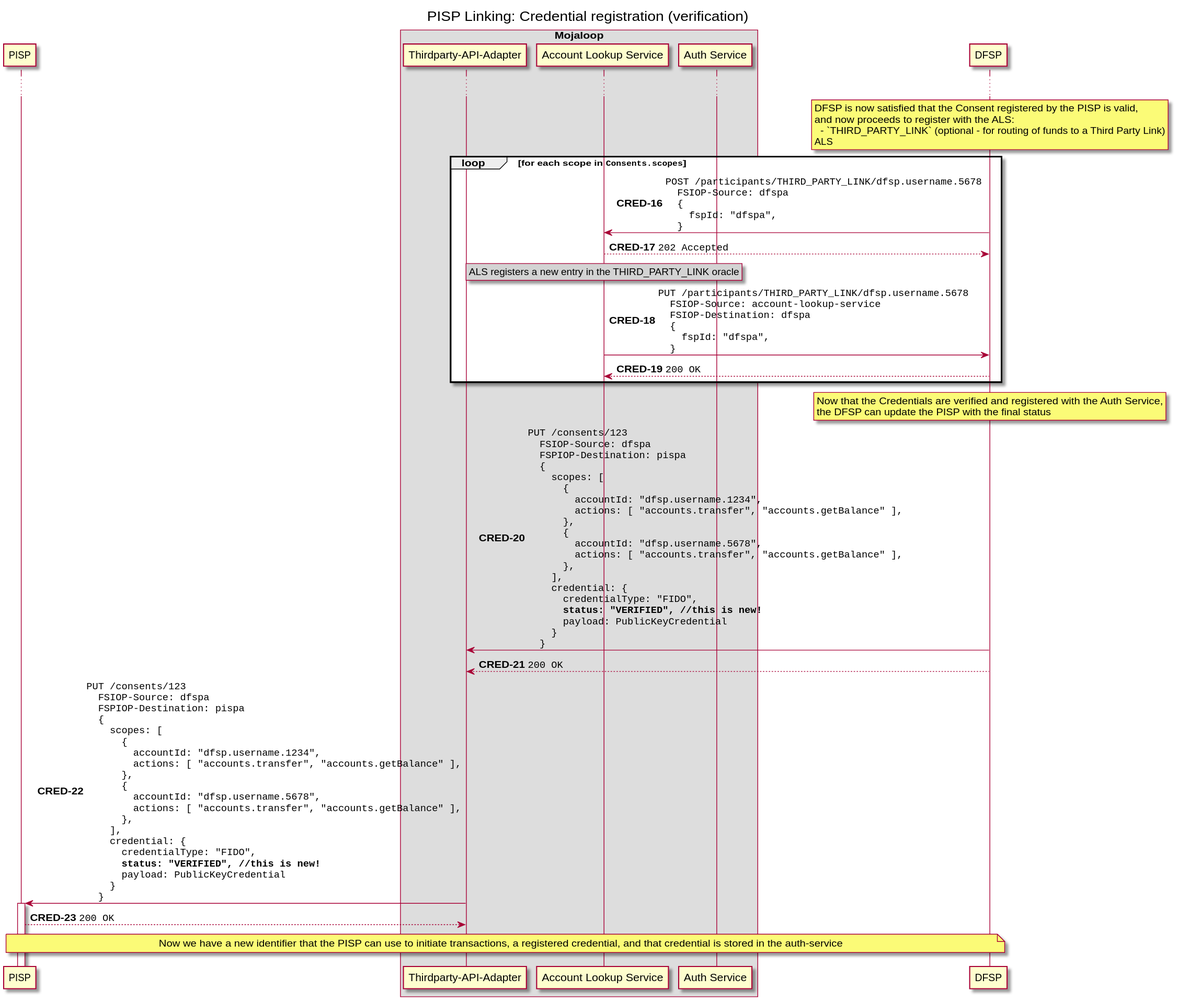
The PlantUML diagram docs/out/linking/5b-finalize_consent.svg in mojaloop/pisp-project, before a commit. Its source is kept beside it as docs/linking/5b-finalize_consent.puml.
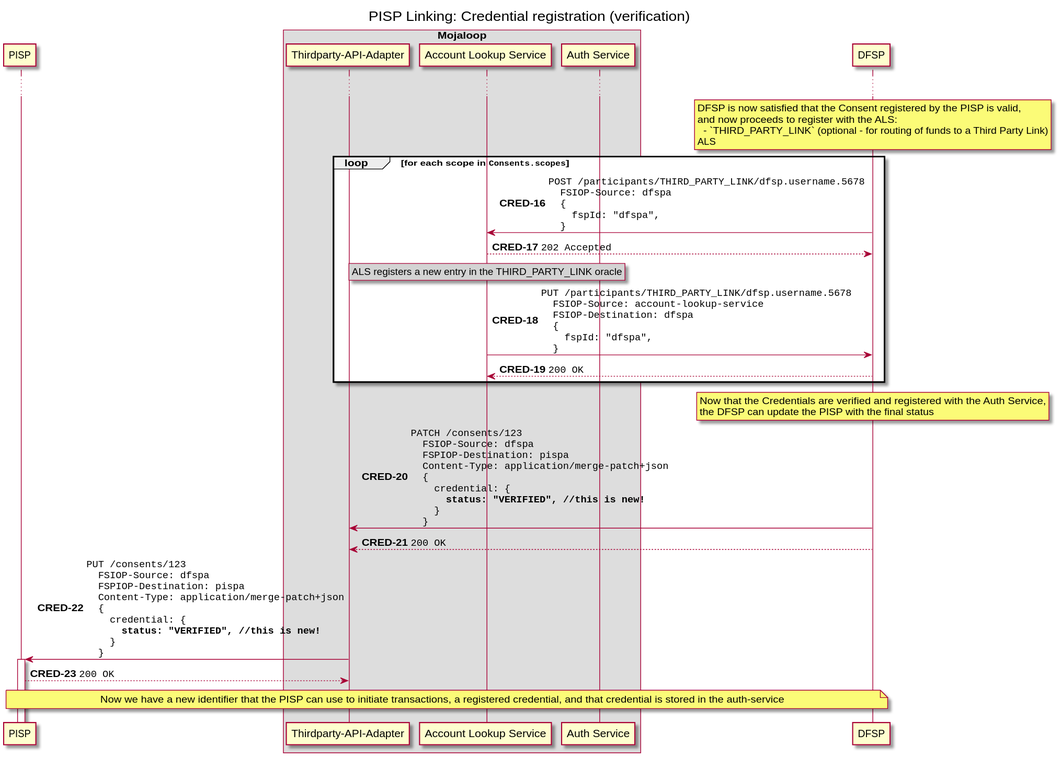
Later version of the same file.

Diff of the diagram source:
```diff
@@ -54,24 +54,13 @@
   the DFSP can update the PISP with the final status
 end note
 
-DFSP -> Switch: ""PUT /consents/123""\n\
+DFSP -> Switch: ""PATCH /consents/123""\n\
 ""  FSIOP-Source: dfspa""\n\
 ""  FSPIOP-Destination: pispa""\n\
+""  Content-Type: application/merge-patch+json""\n\
 ""  {""\n\
-    ""  scopes: [""\n\
-    ""    {""\n\
-    ""      accountId: "dfsp.username.1234",""\n\
-    ""      actions: [ "accounts.transfer", "accounts.getBalance" ],""\n\
-    ""    },""\n\
-    ""    {""\n\
-    ""      accountId: "dfsp.username.5678",""\n\
-    ""      actions: [ "accounts.transfer", "accounts.getBalance" ],""\n\
-    ""    },""\n\
-    ""  ],""\n\
     ""  credential: {""\n\
-    ""    credentialType: "FIDO",""\n\
     ""    **status: "VERIFIED", //this is new!**""\n\
-    ""    payload: PublicKeyCredential ""\n\
     ""  }""\n\
 ""  }""
 DFSP --> Switch: ""200 OK""
@@ -79,21 +68,10 @@
 Switch -> PISP ++: ""PUT /consents/123""\n\
 ""  FSIOP-Source: dfspa""\n\
 ""  FSPIOP-Destination: pispa""\n\
+""  Content-Type: application/merge-patch+json""\n\
 ""  {""\n\
-    ""  scopes: [""\n\
-    ""    {""\n\
-    ""      accountId: "dfsp.username.1234",""\n\
-    ""      actions: [ "accounts.transfer", "accounts.getBalance" ],""\n\
-    ""    },""\n\
-    ""    {""\n\
-    ""      accountId: "dfsp.username.5678",""\n\
-    ""      actions: [ "accounts.transfer", "accounts.getBalance" ],""\n\
-    ""    },""\n\
-    ""  ],""\n\
     ""  credential: {""\n\
-    ""    credentialType: "FIDO",""\n\
     ""    **status: "VERIFIED", //this is new!**""\n\
-    ""    payload: PublicKeyCredential ""\n\
     ""  }""\n\
 ""  }""
 PISP --> Switch: ""200 OK""
```
